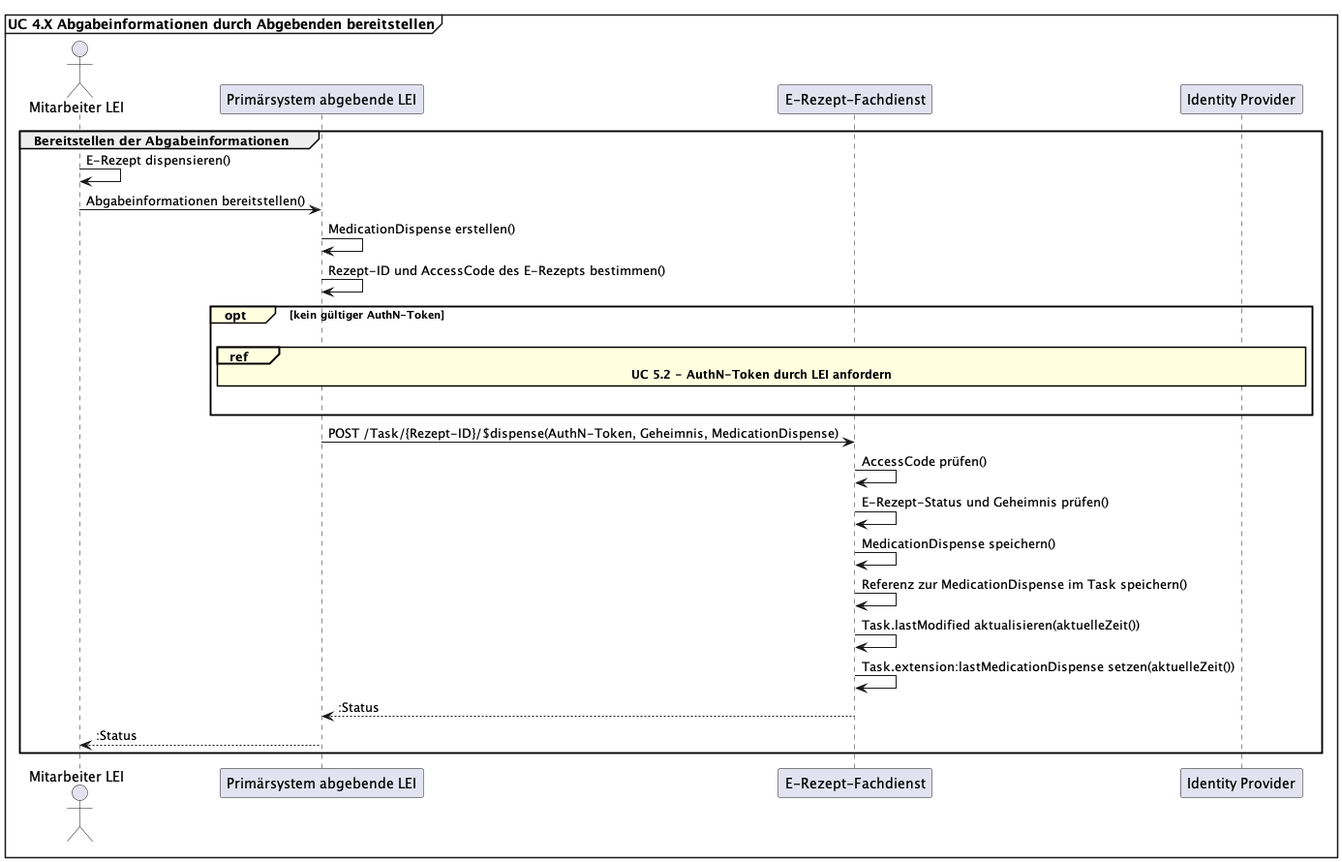
gematik/api-erp keeps this PlantUML diagram as images/puml_uc_abgabeinformationen_bereitstellen.png. Above is the earlier version.
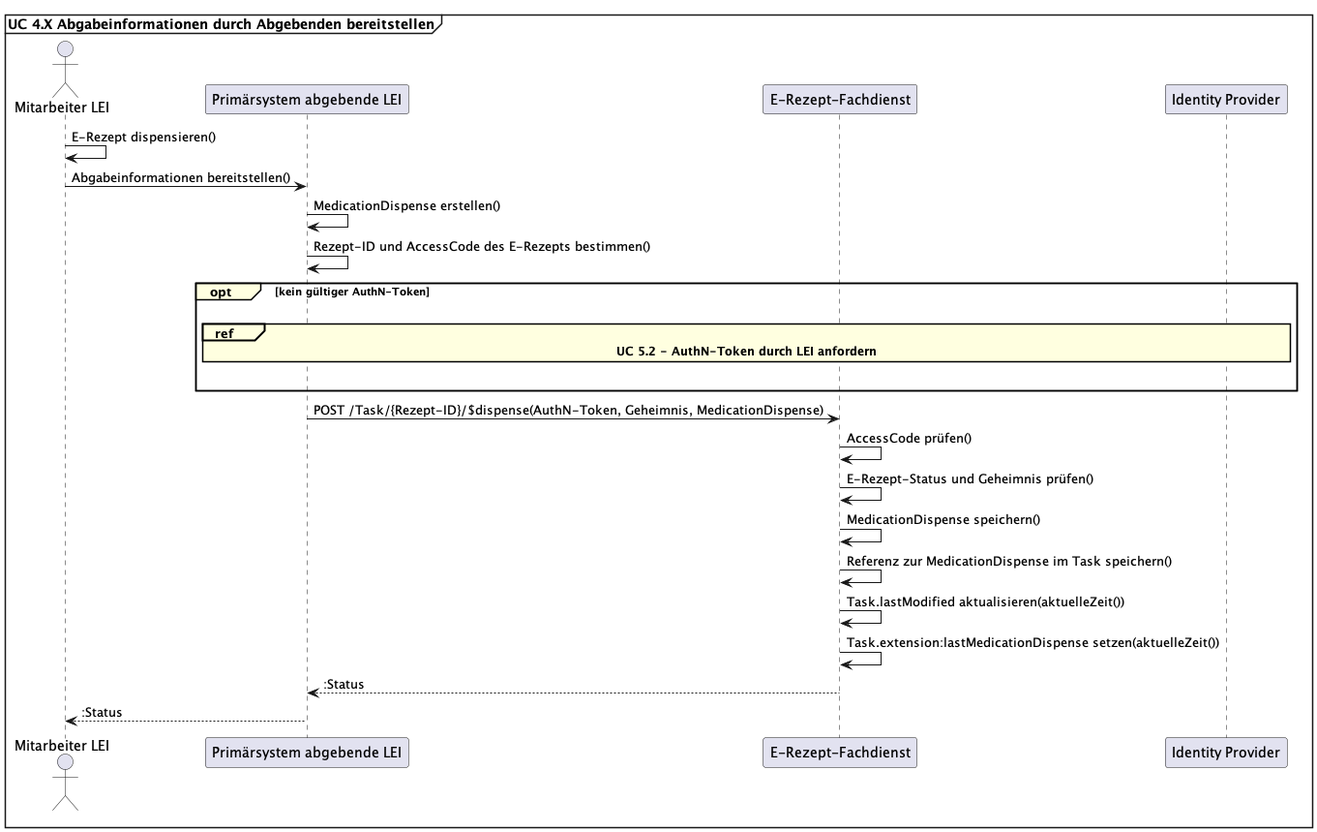
Later version of the same file.

Commit message:
Remove group box uc_abgabeinformationen

Change to the diagram source:
```diff
@@ -7,8 +7,6 @@
 participant "E-Rezept-Fachdienst" as FD
 participant "Identity Provider" as IDP
 
-
-group Bereitstellen der Abgabeinformationen
 Apotheker -> Apotheker: E-Rezept dispensieren()
 Apotheker -> AVS: Abgabeinformationen bereitstellen()
 AVS -> AVS: MedicationDispense erstellen()
@@ -28,6 +26,5 @@
 FD -> FD: Task.extension:lastMedicationDispense setzen(aktuelleZeit())
 FD --> AVS: :Status
 AVS --> Apotheker: :Status
-end
 
 @enduml
```
